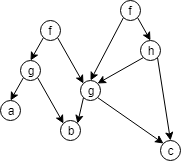
Earlier version of the draw.io export presentation/resources/9_sngp_graph_no_array.png (RobinLockyer/Honours-Year-Project). Source tidied: cells renumbered, new cells last; positions are measured from the earlier drawing's top-left corner, leaving out a move shared by most shapes.
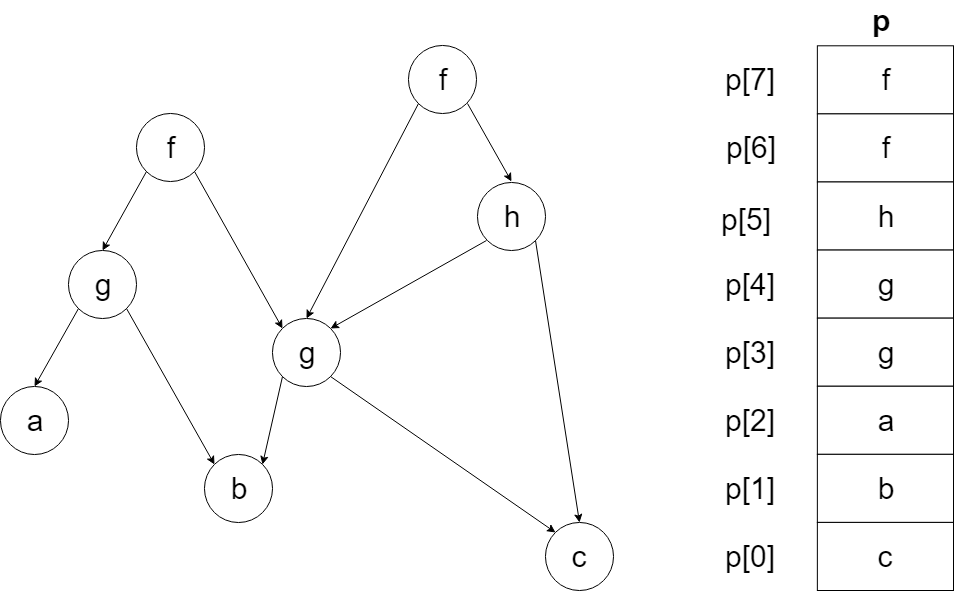
After the commit.

Diff of the diagram source:
```diff
@@ -2,59 +2,110 @@
   <root>
     <mxCell id="0" />
     <mxCell id="1" parent="0" />
-    <mxCell id="2" style="edgeStyle=none;rounded=0;html=1;exitX=0;exitY=1;entryX=0.5;entryY=0;endArrow=classic;endFill=1;jettySize=auto;" parent="1" edge="1" source="4" target="13">
-      <mxGeometry relative="1" as="geometry" />
+    <mxCell id="2" value="&lt;font style=&quot;font-size: 30px&quot;&gt;f&lt;/font&gt;" style="ellipse;whiteSpace=wrap;html=1;" parent="1" vertex="1">
+      <mxGeometry x="136.1" y="123.4" width="68.1" height="68.1" as="geometry" />
     </mxCell>
-    <mxCell id="3" style="edgeStyle=none;rounded=0;html=1;exitX=1;exitY=1;entryX=0;entryY=0;endArrow=classic;endFill=1;jettySize=auto;" parent="1" edge="1" source="4" target="16">
-      <mxGeometry relative="1" as="geometry" />
+    <mxCell id="3" value="&lt;font style=&quot;font-size: 30px&quot;&gt;f&lt;/font&gt;" style="ellipse;whiteSpace=wrap;html=1;" parent="1" vertex="1">
+      <mxGeometry x="408.4" y="55.3" width="68.1" height="68.1" as="geometry" />
     </mxCell>
-    <mxCell id="4" value="f" style="ellipse;whiteSpace=wrap;html=1;" parent="1" vertex="1">
-      <mxGeometry x="40" y="20" width="20" height="20" as="geometry" />
+    <mxCell id="4" value="&lt;font style=&quot;font-size: 30px&quot;&gt;h&lt;/font&gt;" style="ellipse;whiteSpace=wrap;html=1;" parent="1" vertex="1">
+      <mxGeometry x="476.5" y="191.5" width="68.1" height="68.1" as="geometry" />
     </mxCell>
+    <mxCell id="11" style="rounded=0;html=1;exitX=1;exitY=1;entryX=0.5;entryY=0;jettySize=auto;endArrow=classic;endFill=1;" parent="1" edge="1" source="3" target="4">
+      <mxGeometry relative="1" as="geometry" />
+    </mxCell>
-    <mxCell id="5" style="rounded=0;html=1;exitX=1;exitY=1;entryX=0.5;entryY=0;jettySize=auto;endArrow=classic;endFill=1;" parent="1" edge="1" source="7" target="10">
-      <mxGeometry relative="1" as="geometry" />
+    <mxCell id="5" value="&lt;font style=&quot;font-size: 30px&quot;&gt;g&lt;/font&gt;" style="ellipse;whiteSpace=wrap;html=1;" parent="1" vertex="1">
+      <mxGeometry x="68.1" y="259.6" width="68.1" height="68.1" as="geometry" />
     </mxCell>
+    <mxCell id="13" style="edgeStyle=none;rounded=0;html=1;exitX=0;exitY=1;entryX=0.5;entryY=0;endArrow=classic;endFill=1;jettySize=auto;" parent="1" edge="1" source="2" target="5">
+      <mxGeometry relative="1" as="geometry" />
+    </mxCell>
-    <mxCell id="6" style="edgeStyle=none;rounded=0;html=1;exitX=0;exitY=1;entryX=0.5;entryY=0;endArrow=classic;endFill=1;jettySize=auto;" parent="1" edge="1" source="7" target="16">
-      <mxGeometry relative="1" as="geometry" />
+    <mxCell id="6" value="&lt;font style=&quot;font-size: 30px&quot;&gt;g&lt;/font&gt;" style="ellipse;whiteSpace=wrap;html=1;" parent="1" vertex="1">
+      <mxGeometry x="272.3" y="327.7" width="68.1" height="68.1" as="geometry" />
     </mxCell>
+    <mxCell id="14" style="edgeStyle=none;rounded=0;html=1;exitX=1;exitY=1;entryX=0;entryY=0;endArrow=classic;endFill=1;jettySize=auto;" parent="1" edge="1" source="2" target="6">
+      <mxGeometry relative="1" as="geometry" />
+    </mxCell>
+    <mxCell id="12" style="edgeStyle=none;rounded=0;html=1;exitX=0;exitY=1;entryX=0.5;entryY=0;endArrow=classic;endFill=1;jettySize=auto;" parent="1" edge="1" source="3" target="6">
+      <mxGeometry relative="1" as="geometry" />
+    </mxCell>
+    <mxCell id="15" style="edgeStyle=none;rounded=0;html=1;exitX=0;exitY=1;entryX=1;entryY=0;endArrow=classic;endFill=1;jettySize=auto;" parent="1" edge="1" source="4" target="6">
+      <mxGeometry relative="1" as="geometry" />
+    </mxCell>
-    <mxCell id="7" value="f" style="ellipse;whiteSpace=wrap;html=1;" parent="1" vertex="1">
-      <mxGeometry x="120" width="20" height="20" as="geometry" />
+    <mxCell id="7" value="&lt;font style=&quot;font-size: 30px&quot;&gt;a&lt;/font&gt;" style="ellipse;whiteSpace=wrap;html=1;" parent="1" vertex="1">
+      <mxGeometry y="395.7" width="68.1" height="68.1" as="geometry" />
     </mxCell>
+    <mxCell id="17" style="edgeStyle=none;rounded=0;html=1;exitX=0;exitY=1;entryX=0.5;entryY=0;endArrow=classic;endFill=1;jettySize=auto;" parent="1" edge="1" source="5" target="7">
+      <mxGeometry relative="1" as="geometry" />
+    </mxCell>
-    <mxCell id="8" style="edgeStyle=none;rounded=0;html=1;exitX=0;exitY=1;entryX=1;entryY=0;endArrow=classic;endFill=1;jettySize=auto;" parent="1" edge="1" source="10" target="16">
-      <mxGeometry relative="1" as="geometry" />
+    <mxCell id="8" value="&lt;font style=&quot;font-size: 30px&quot;&gt;b&lt;/font&gt;" style="ellipse;whiteSpace=wrap;html=1;" parent="1" vertex="1">
+      <mxGeometry x="204.2" y="463.8" width="68.1" height="68.1" as="geometry" />
     </mxCell>
+    <mxCell id="18" style="edgeStyle=none;rounded=0;html=1;exitX=1;exitY=1;entryX=0;entryY=0;endArrow=classic;endFill=1;jettySize=auto;" parent="1" edge="1" source="5" target="8">
+      <mxGeometry relative="1" as="geometry" />
+    </mxCell>
+    <mxCell id="20" style="edgeStyle=none;rounded=0;html=1;exitX=0;exitY=1;entryX=1;entryY=0;endArrow=classic;endFill=1;jettySize=auto;" parent="1" edge="1" source="6" target="8">
+      <mxGeometry relative="1" as="geometry" />
+    </mxCell>
-    <mxCell id="9" style="edgeStyle=none;rounded=0;html=1;exitX=1;exitY=1;entryX=0.5;entryY=0;endArrow=classic;endFill=1;jettySize=auto;" parent="1" edge="1" source="10" target="19">
-      <mxGeometry relative="1" as="geometry" />
+    <mxCell id="9" value="&lt;font style=&quot;font-size: 30px&quot;&gt;c&lt;/font&gt;" style="ellipse;whiteSpace=wrap;html=1;" parent="1" vertex="1">
+      <mxGeometry x="544.6" y="531.9" width="68.1" height="68.1" as="geometry" />
     </mxCell>
+    <mxCell id="16" style="edgeStyle=none;rounded=0;html=1;exitX=1;exitY=1;entryX=0.5;entryY=0;endArrow=classic;endFill=1;jettySize=auto;" parent="1" edge="1" source="4" target="9">
+      <mxGeometry relative="1" as="geometry" />
+    </mxCell>
+    <mxCell id="21" style="edgeStyle=none;rounded=0;html=1;exitX=1;exitY=1;entryX=0;entryY=0;endArrow=classic;endFill=1;jettySize=auto;" parent="1" edge="1" source="6" target="9">
+      <mxGeometry relative="1" as="geometry" />
+    </mxCell>
+    <mxCell id="22" value="&lt;font style=&quot;font-size: 30px&quot;&gt;f&lt;/font&gt;" style="rounded=0;whiteSpace=wrap;html=1;" parent="1" vertex="1">
+      <mxGeometry x="816.9" y="55.3" width="136.1" height="68.1" as="geometry" />
+    </mxCell>
+    <mxCell id="23" value="&lt;font style=&quot;font-size: 30px&quot;&gt;f&lt;/font&gt;" style="rounded=0;whiteSpace=wrap;html=1;" parent="1" vertex="1">
+      <mxGeometry x="816.9" y="123.4" width="136.1" height="68.1" as="geometry" />
+    </mxCell>
-    <mxCell id="10" value="h" style="ellipse;whiteSpace=wrap;html=1;" parent="1" vertex="1">
-      <mxGeometry x="140" y="40" width="20" height="20" as="geometry" />
+    <mxCell id="10" value="&lt;font style=&quot;font-size: 30px&quot;&gt;h&lt;/font&gt;" style="rounded=0;whiteSpace=wrap;html=1;" parent="1" vertex="1">
+      <mxGeometry x="816.9" y="191.5" width="136.1" height="68.1" as="geometry" />
     </mxCell>
-    <mxCell id="11" style="edgeStyle=none;rounded=0;html=1;exitX=0;exitY=1;entryX=0.5;entryY=0;endArrow=classic;endFill=1;jettySize=auto;" parent="1" edge="1" source="13" target="17">
-      <mxGeometry relative="1" as="geometry" />
-    </mxCell>
-    <mxCell id="12" style="edgeStyle=none;rounded=0;html=1;exitX=1;exitY=1;entryX=0;entryY=0;endArrow=classic;endFill=1;jettySize=auto;" parent="1" edge="1" source="13" target="18">
-      <mxGeometry relative="1" as="geometry" />
-    </mxCell>
-    <mxCell id="13" value="g" style="ellipse;whiteSpace=wrap;html=1;" parent="1" vertex="1">
-      <mxGeometry x="20" y="60" width="20" height="20" as="geometry" />
-    </mxCell>
-    <mxCell id="14" style="edgeStyle=none;rounded=0;html=1;exitX=0;exitY=1;entryX=1;entryY=0;endArrow=classic;endFill=1;jettySize=auto;" parent="1" edge="1" source="16" target="18">
-      <mxGeometry relative="1" as="geometry" />
-    </mxCell>
-    <mxCell id="15" style="edgeStyle=none;rounded=0;html=1;exitX=1;exitY=1;entryX=0;entryY=0;endArrow=classic;endFill=1;jettySize=auto;" parent="1" edge="1" source="16" target="19">
-      <mxGeometry relative="1" as="geometry" />
-    </mxCell>
-    <mxCell id="16" value="g" style="ellipse;whiteSpace=wrap;html=1;" parent="1" vertex="1">
-      <mxGeometry x="80" y="80" width="20" height="20" as="geometry" />
-    </mxCell>
-    <mxCell id="17" value="a" style="ellipse;whiteSpace=wrap;html=1;" parent="1" vertex="1">
-      <mxGeometry y="100" width="20" height="20" as="geometry" />
-    </mxCell>
-    <mxCell id="18" value="b" style="ellipse;whiteSpace=wrap;html=1;" parent="1" vertex="1">
-      <mxGeometry x="60" y="120" width="20" height="20" as="geometry" />
-    </mxCell>
+    <mxCell id="24" value="&lt;font style=&quot;font-size: 30px&quot;&gt;g&lt;/font&gt;" style="rounded=0;whiteSpace=wrap;html=1;" parent="1" vertex="1">
+      <mxGeometry x="816.9" y="259.6" width="136.1" height="68.1" as="geometry" />
+    </mxCell>
+    <mxCell id="25" value="&lt;font style=&quot;font-size: 30px&quot;&gt;g&lt;/font&gt;" style="rounded=0;whiteSpace=wrap;html=1;" parent="1" vertex="1">
+      <mxGeometry x="816.9" y="327.7" width="136.1" height="68.1" as="geometry" />
+    </mxCell>
+    <mxCell id="26" value="&lt;font style=&quot;font-size: 30px&quot;&gt;a&lt;/font&gt;" style="rounded=0;whiteSpace=wrap;html=1;" parent="1" vertex="1">
+      <mxGeometry x="816.9" y="395.7" width="136.1" height="68.1" as="geometry" />
+    </mxCell>
+    <mxCell id="27" value="&lt;font style=&quot;font-size: 30px&quot;&gt;b&lt;/font&gt;" style="rounded=0;whiteSpace=wrap;html=1;" parent="1" vertex="1">
+      <mxGeometry x="816.9" y="463.8" width="136.1" height="68.1" as="geometry" />
+    </mxCell>
-    <mxCell id="19" value="c" style="ellipse;whiteSpace=wrap;html=1;" parent="1" vertex="1">
-      <mxGeometry x="160" y="140" width="20" height="20" as="geometry" />
+    <mxCell id="19" value="&lt;font style=&quot;font-size: 30px&quot;&gt;c&lt;/font&gt;" style="rounded=0;whiteSpace=wrap;html=1;" parent="1" vertex="1">
+      <mxGeometry x="816.9" y="531.9" width="136.1" height="68.1" as="geometry" />
     </mxCell>
+    <mxCell id="28" value="&lt;font style=&quot;font-size: 30px&quot;&gt;p[0]&lt;/font&gt;" style="text;html=1;strokeColor=none;fillColor=none;align=center;verticalAlign=middle;whiteSpace=wrap;rounded=0;" parent="1" vertex="1">
+      <mxGeometry x="680.7" y="531.9" width="136.1" height="68.1" as="geometry" />
+    </mxCell>
+    <mxCell id="29" value="&lt;font style=&quot;font-size: 30px&quot;&gt;p[1]&lt;/font&gt;" style="text;html=1;strokeColor=none;fillColor=none;align=center;verticalAlign=middle;whiteSpace=wrap;rounded=0;" parent="1" vertex="1">
+      <mxGeometry x="680.7" y="463.8" width="136.1" height="68.1" as="geometry" />
+    </mxCell>
+    <mxCell id="30" value="&lt;font style=&quot;font-size: 30px&quot;&gt;p[2]&lt;/font&gt;" style="text;html=1;strokeColor=none;fillColor=none;align=center;verticalAlign=middle;whiteSpace=wrap;rounded=0;" parent="1" vertex="1">
+      <mxGeometry x="680.7" y="395.7" width="136.1" height="68.1" as="geometry" />
+    </mxCell>
+    <mxCell id="31" value="&lt;font style=&quot;font-size: 30px&quot;&gt;p[3]&lt;/font&gt;" style="text;html=1;strokeColor=none;fillColor=none;align=center;verticalAlign=middle;whiteSpace=wrap;rounded=0;" parent="1" vertex="1">
+      <mxGeometry x="680.7" y="327.7" width="136.1" height="68.1" as="geometry" />
+    </mxCell>
+    <mxCell id="32" value="&lt;font style=&quot;font-size: 30px&quot;&gt;p[4]&lt;/font&gt;" style="text;html=1;strokeColor=none;fillColor=none;align=center;verticalAlign=middle;whiteSpace=wrap;rounded=0;" parent="1" vertex="1">
+      <mxGeometry x="680.7" y="259.6" width="136.1" height="68.1" as="geometry" />
+    </mxCell>
+    <mxCell id="33" value="&lt;font style=&quot;font-size: 30px&quot;&gt;p[5]&lt;/font&gt;" style="text;html=1;strokeColor=none;fillColor=none;align=center;verticalAlign=middle;whiteSpace=wrap;rounded=0;" parent="1" vertex="1">
+      <mxGeometry x="677.3" y="194.9" width="136.1" height="68.1" as="geometry" />
+    </mxCell>
+    <mxCell id="34" value="&lt;font style=&quot;font-size: 30px&quot;&gt;p[6]&lt;/font&gt;" style="text;html=1;strokeColor=none;fillColor=none;align=center;verticalAlign=middle;whiteSpace=wrap;rounded=0;" parent="1" vertex="1">
+      <mxGeometry x="680.7" y="123.4" width="139.5" height="68.1" as="geometry" />
+    </mxCell>
+    <mxCell id="35" value="&lt;font style=&quot;font-size: 30px&quot;&gt;p[7]&lt;/font&gt;" style="text;html=1;strokeColor=none;fillColor=none;align=center;verticalAlign=middle;whiteSpace=wrap;rounded=0;" parent="1" vertex="1">
+      <mxGeometry x="680.7" y="55.3" width="136.1" height="68.1" as="geometry" />
+    </mxCell>
+    <mxCell id="36" value="&lt;b&gt;&lt;font style=&quot;font-size: 30px&quot;&gt;p&lt;/font&gt;&lt;/b&gt;" style="text;html=1;align=left;verticalAlign=top;spacingTop=-4;" parent="1" vertex="1">
+      <mxGeometry x="870" y="10" width="30" height="20" as="geometry" />
+    </mxCell>
   </root>
 </mxGraphModel>
```
